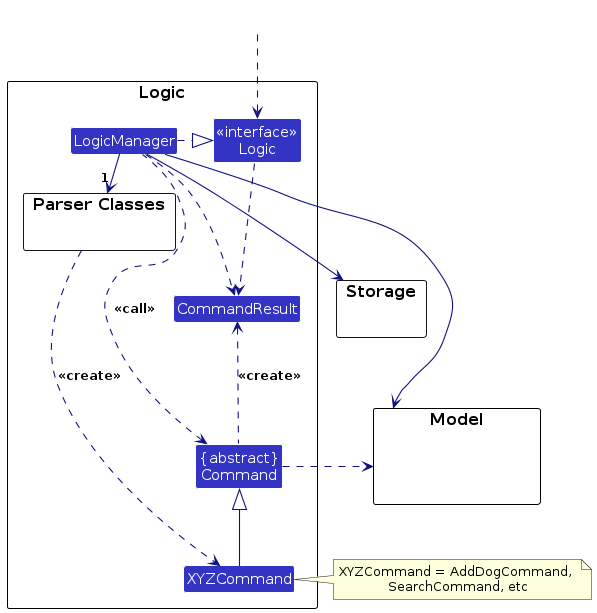
The PlantUML diagram diagrams/LogicClassDiagram.png in AY2627S1-CS2103T-T15-4/tp, before a commit. Its source is kept beside it as diagrams/LogicClassDiagram.puml. Source of this version:
```plantuml
@startuml
!include style.puml
skinparam arrowThickness 1.1
skinparam arrowColor LOGIC_COLOR_T4
skinparam classBackgroundColor LOGIC_COLOR

package Logic as LogicPackage {

package "Parser Classes" as ParserClasses{
}
Class XYZCommand
Class CommandResult
Class "{abstract}\nCommand" as Command


Class "<<interface>>\nLogic" as Logic
Class LogicManager
}

package Model {
Class HiddenModel #FFFFFF
}

package Storage {
}

Class HiddenOutside #FFFFFF
HiddenOutside ..> Logic

LogicManager .right.|> Logic
LogicManager -right->"1" ParserClasses
ParserClasses ..> XYZCommand : <<create>>

XYZCommand -up-|> Command
LogicManager .left.> Command : <<call>>

LogicManager --> Model
LogicManager --> Storage
Storage --[hidden] Model
Command .[hidden]up.> Storage
Command .right.> Model
note right of XYZCommand: XYZCommand = AddDogCommand, \nSearchCommand, etc

Logic ..> CommandResult
LogicManager .down.> CommandResult
Command .up.> CommandResult : <<create>>
@enduml
```
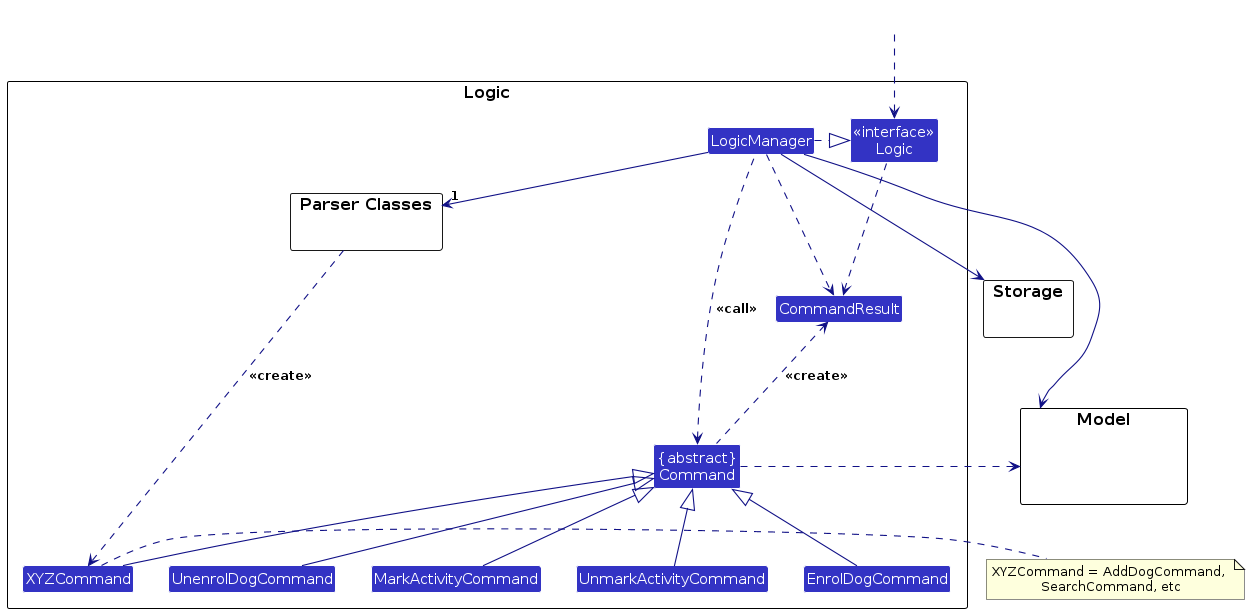
After the change.

Diff of the diagram source:
```diff
@@ -9,6 +9,10 @@
 package "Parser Classes" as ParserClasses{
 }
 Class XYZCommand
+Class EnrolDogCommand
+Class UnenrolDogCommand
+Class MarkActivityCommand
+Class UnmarkActivityCommand
 Class CommandResult
 Class "{abstract}\nCommand" as Command
 
@@ -32,6 +36,10 @@
 ParserClasses ..> XYZCommand : <<create>>
 
 XYZCommand -up-|> Command
+EnrolDogCommand -up-|> Command
+UnenrolDogCommand -up-|> Command
+MarkActivityCommand -up-|> Command
+UnmarkActivityCommand -up-|> Command
 LogicManager .left.> Command : <<call>>
 
 LogicManager --> Model
```
